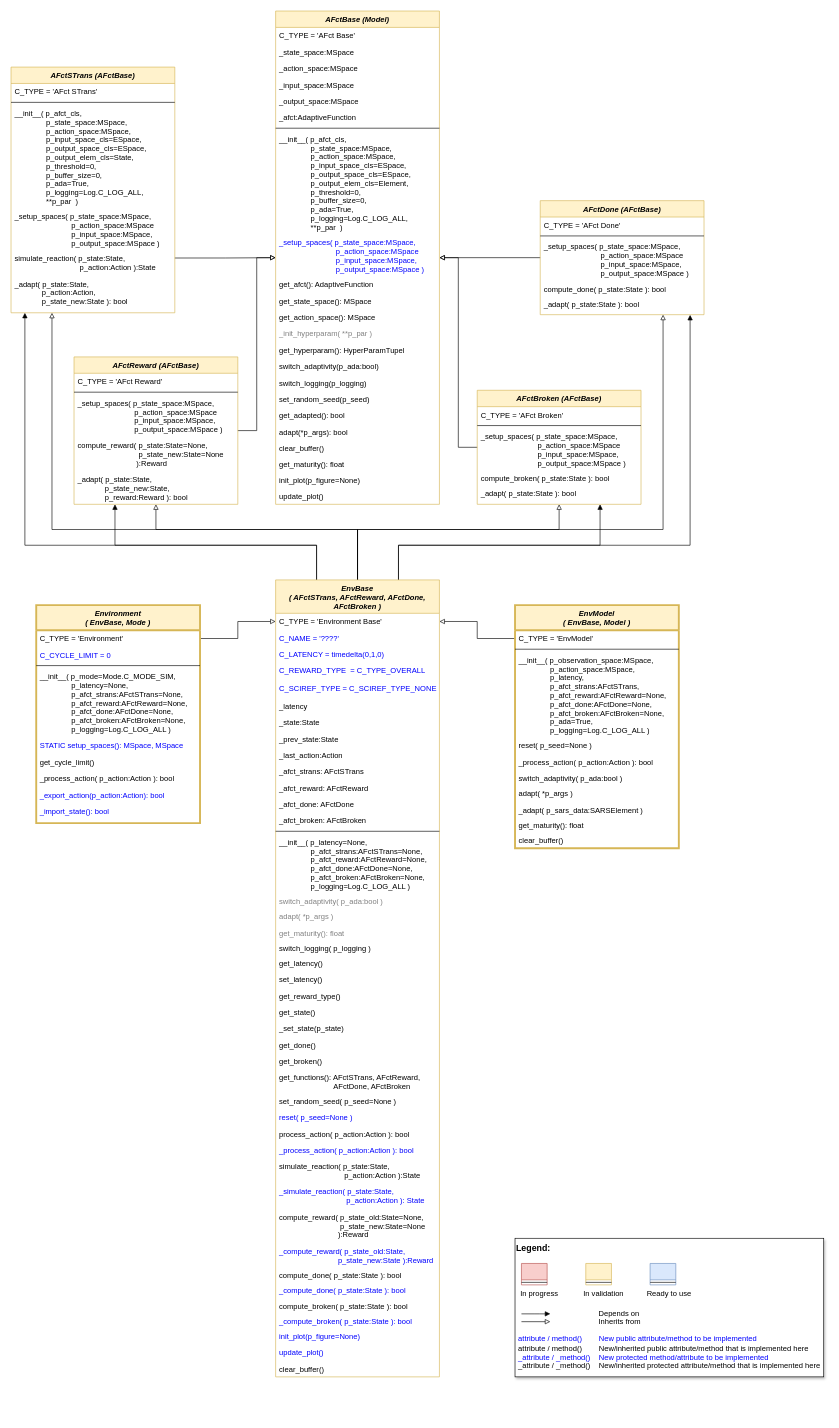
Earlier version of the draw.io diagram doc/rtd/content/append2/core/images/rl/02_environments/MLPro-RL-Env_class_diagram.drawio (fhswf/MLPro). Source tidied: cells renumbered, new cells numbered last; positions are measured from the earlier drawing's top-left corner, leaving out a move shared by most shapes. Both pictures are drawn from the tidied source at 63%, with x=0, y=0 at pixel (11, 11).
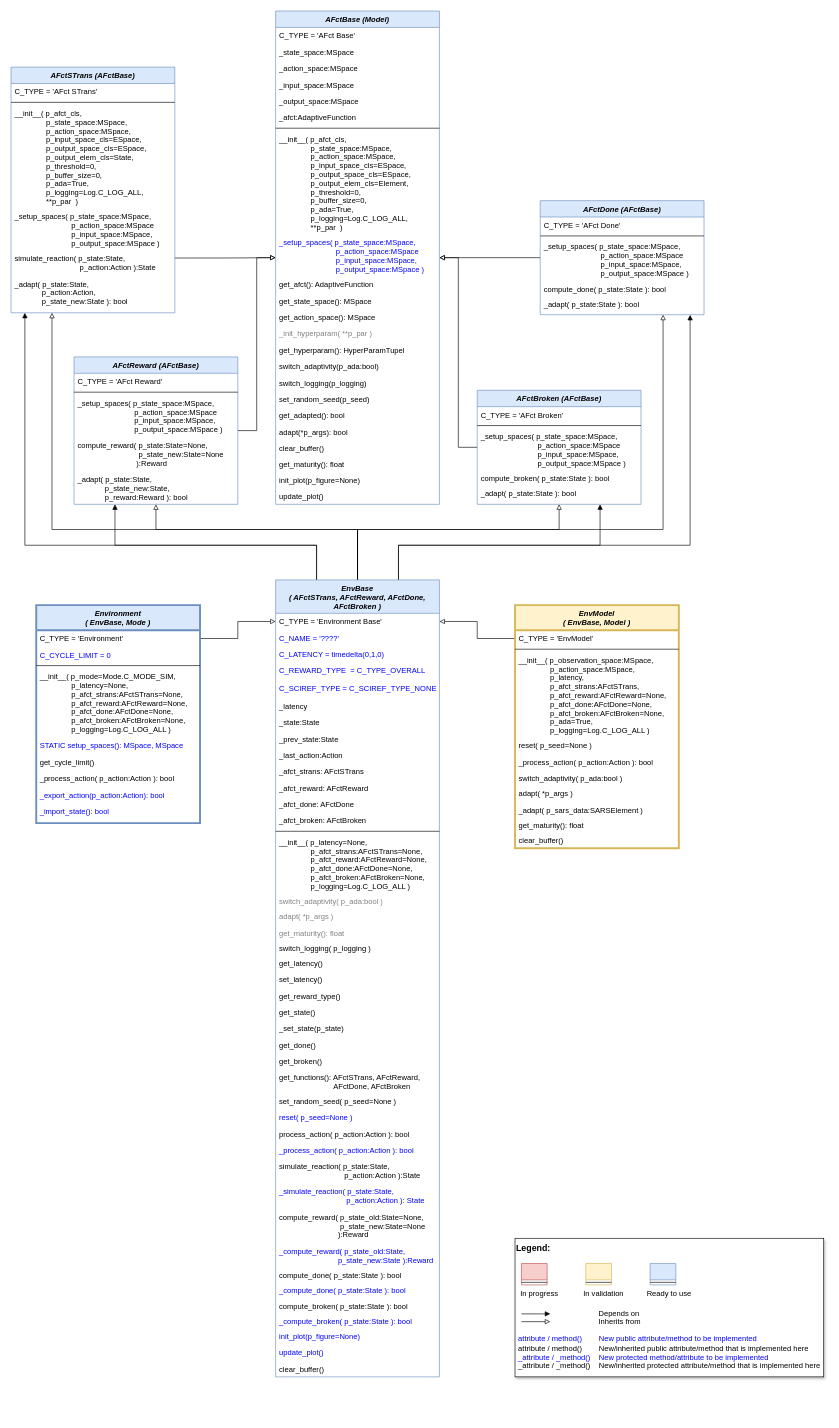
After the change.

Commit message (it also covers changes not shown here):
Updated colors after validation

What changed in the source:
```diff
@@
-    <mxCell id="3" value="Environment &#10;( EnvBase, Mode )" style="swimlane;fontStyle=3;align=center;verticalAlign=top;horizontal=1;startSize=40;rounded=0;shadow=0;strokeWidth=3;fillColor=#fff2cc;strokeColor=#d6b656;" parent="1" vertex="1">
+    <mxCell id="3" value="Environment &#10;( EnvBase, Mode )" style="swimlane;fontStyle=3;align=center;verticalAlign=top;horizontal=1;startSize=40;rounded=0;shadow=0;strokeWidth=3;fillColor=#dae8fc;strokeColor=#6c8ebf;" parent="1" vertex="1">
       <mxGeometry x="40" y="943" width="260" height="346" as="geometry" />
     </mxCell>
@@
-    <mxCell id="33" value="EnvBase &#10;( AFctSTrans, AFctReward, AFctDone, &#10;AFctBroken )" style="swimlane;fontStyle=3;align=center;verticalAlign=top;horizontal=1;startSize=53;rounded=0;shadow=0;strokeWidth=1;fillColor=#fff2cc;strokeColor=#d6b656;" parent="1" vertex="1">
+    <mxCell id="33" value="EnvBase &#10;( AFctSTrans, AFctReward, AFctDone, &#10;AFctBroken )" style="swimlane;fontStyle=3;align=center;verticalAlign=top;horizontal=1;startSize=53;rounded=0;shadow=0;strokeWidth=1;fillColor=#dae8fc;strokeColor=#6c8ebf;" parent="1" vertex="1">
       <mxGeometry x="420" y="903" width="260" height="1265" as="geometry" />
     </mxCell>
@@
-    <mxCell id="77" value="AFctReward (AFctBase)" style="swimlane;fontStyle=3;align=center;verticalAlign=top;horizontal=1;startSize=26;rounded=0;shadow=0;strokeWidth=1;fillColor=#fff2cc;strokeColor=#d6b656;" parent="1" vertex="1">
+    <mxCell id="77" value="AFctReward (AFctBase)" style="swimlane;fontStyle=3;align=center;verticalAlign=top;horizontal=1;startSize=26;rounded=0;shadow=0;strokeWidth=1;fillColor=#dae8fc;strokeColor=#6c8ebf;" parent="1" vertex="1">
       <mxGeometry x="100" y="549" width="260" height="234" as="geometry" />
     </mxCell>
@@
-    <mxCell id="84" value="AFctDone (AFctBase)" style="swimlane;fontStyle=3;align=center;verticalAlign=top;horizontal=1;startSize=26;rounded=0;shadow=0;strokeWidth=1;fillColor=#fff2cc;strokeColor=#d6b656;" parent="1" vertex="1">
+    <mxCell id="84" value="AFctDone (AFctBase)" style="swimlane;fontStyle=3;align=center;verticalAlign=top;horizontal=1;startSize=26;rounded=0;shadow=0;strokeWidth=1;fillColor=#dae8fc;strokeColor=#6c8ebf;" parent="1" vertex="1">
       <mxGeometry x="840" y="301" width="260" height="181" as="geometry" />
     </mxCell>
@@
-    <mxCell id="91" value="AFctBroken (AFctBase)" style="swimlane;fontStyle=3;align=center;verticalAlign=top;horizontal=1;startSize=26;rounded=0;shadow=0;strokeWidth=1;fillColor=#fff2cc;strokeColor=#d6b656;" parent="1" vertex="1">
+    <mxCell id="91" value="AFctBroken (AFctBase)" style="swimlane;fontStyle=3;align=center;verticalAlign=top;horizontal=1;startSize=26;rounded=0;shadow=0;strokeWidth=1;fillColor=#dae8fc;strokeColor=#6c8ebf;" parent="1" vertex="1">
       <mxGeometry x="740" y="602" width="260" height="181" as="geometry" />
     </mxCell>
@@
-    <mxCell id="98" value="AFctSTrans (AFctBase)" style="swimlane;fontStyle=3;align=center;verticalAlign=top;horizontal=1;startSize=26;rounded=0;shadow=0;strokeWidth=1;fillColor=#fff2cc;strokeColor=#d6b656;" parent="1" vertex="1">
+    <mxCell id="98" value="AFctSTrans (AFctBase)" style="swimlane;fontStyle=3;align=center;verticalAlign=top;horizontal=1;startSize=26;rounded=0;shadow=0;strokeWidth=1;fillColor=#dae8fc;strokeColor=#6c8ebf;" parent="1" vertex="1">
       <mxGeometry y="89" width="260" height="390" as="geometry" />
     </mxCell>
@@
-    <mxCell id="115" value="AFctBase (Model)" style="swimlane;fontStyle=3;align=center;verticalAlign=top;horizontal=1;startSize=26;rounded=0;shadow=0;strokeWidth=1;fillColor=#fff2cc;strokeColor=#d6b656;" parent="1" vertex="1">
+    <mxCell id="115" value="AFctBase (Model)" style="swimlane;fontStyle=3;align=center;verticalAlign=top;horizontal=1;startSize=26;rounded=0;shadow=0;strokeWidth=1;fillColor=#dae8fc;strokeColor=#6c8ebf;" parent="1" vertex="1">
       <mxGeometry x="420" width="260" height="783" as="geometry" />
     </mxCell>
```
